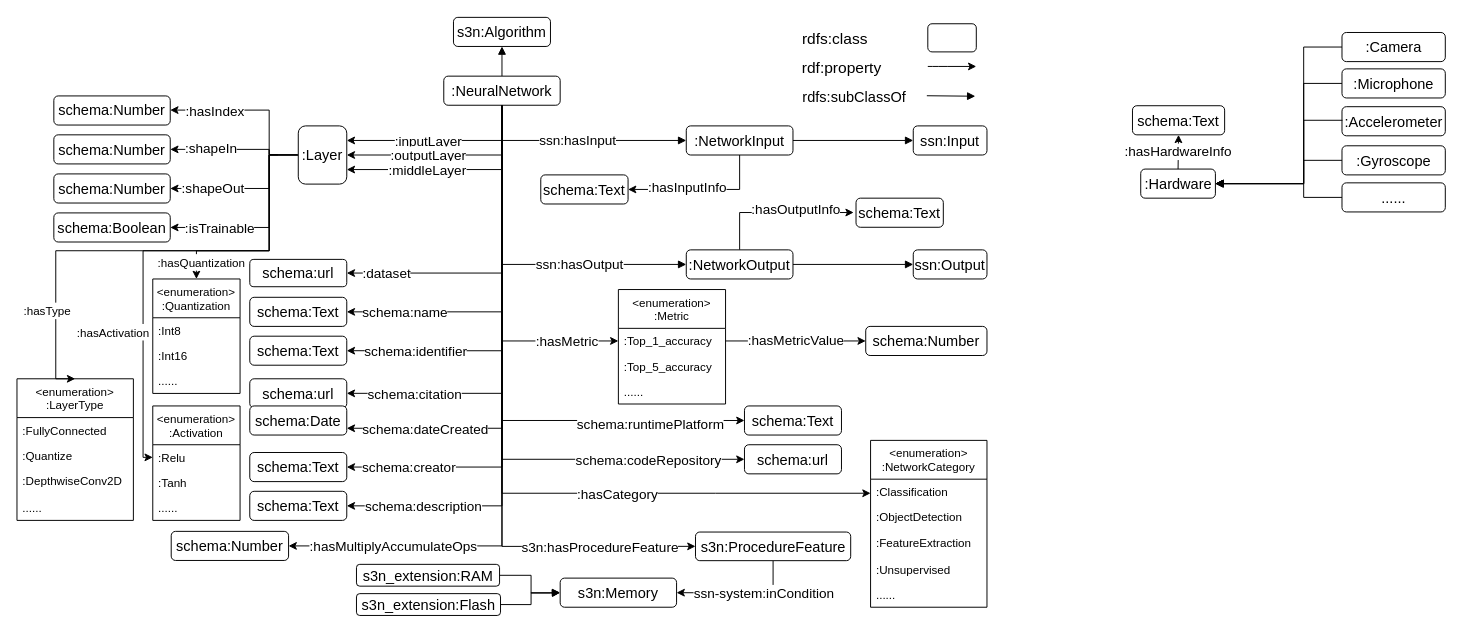
This is NN_tinyML.drawio from Haoyu-R/appendix, a draw.io file, before an edit. Source tidied: cells renumbered, new cells numbered last; positions are measured from the earlier drawing's top-left corner, leaving out a move shared by most shapes. Both pictures are drawn from the tidied source at 97%, with x=0, y=0 at pixel (16, 16).
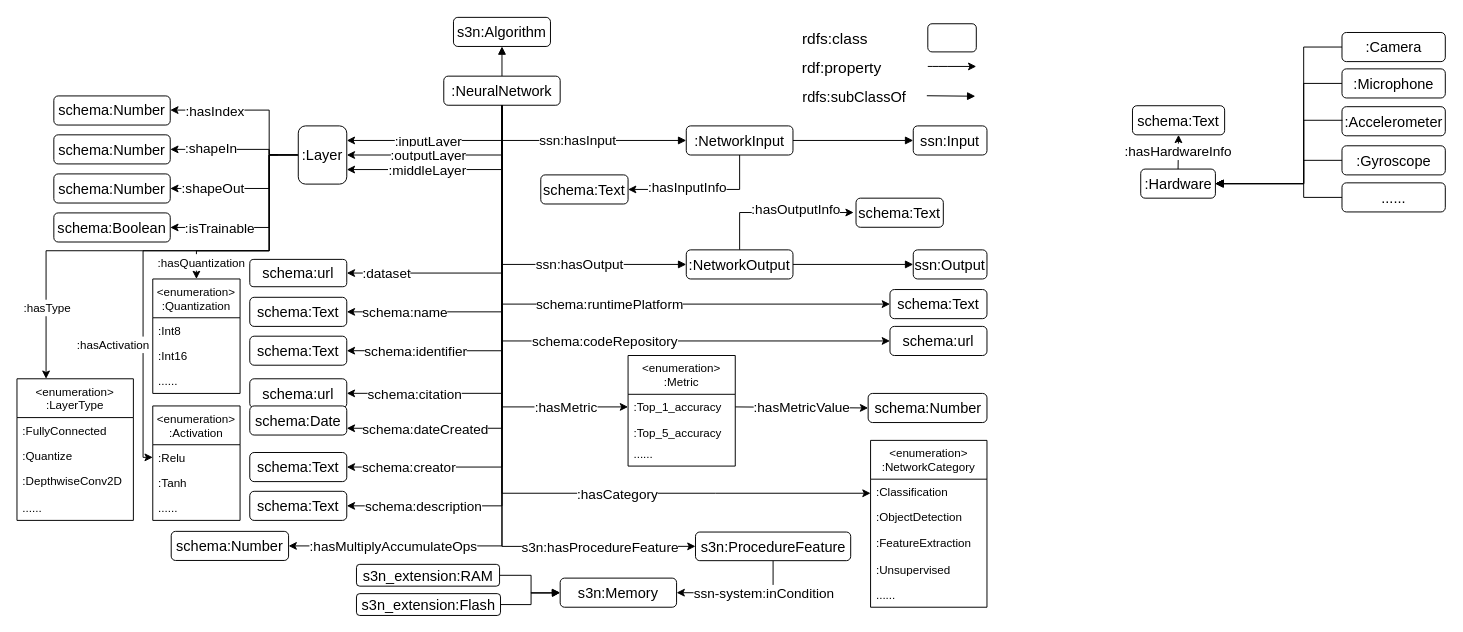
The same page after the edit.

Unchanged cells that the change refers to:
```xml
<mxCell id="12" style="edgeStyle=orthogonalEdgeStyle;rounded=0;jettySize=auto;html=1;exitX=0.5;exitY=1;exitDx=0;exitDy=0;entryX=0;entryY=0.5;entryDx=0;entryDy=0;" parent="1" edge="1" source="14" target="115">
  <mxGeometry relative="1" as="geometry" />
</mxCell>
<mxCell id="14" value=":NeuralNetwork" style="rounded=1;whiteSpace=wrap;html=1;fontSize=15;" parent="1" vertex="1">
  <mxGeometry x="440" y="61" width="120" height="30" as="geometry" />
</mxCell>
<mxCell id="18" style="edgeStyle=orthogonalEdgeStyle;rounded=0;jettySize=auto;html=1;exitX=0;exitY=0.5;exitDx=0;exitDy=0;entryX=0;entryY=0.5;entryDx=0;entryDy=0;fontSize=14;" parent="1" edge="1" source="20" target="93">
  <mxGeometry relative="1" as="geometry">
    <Array as="points">
      <mxPoint x="260" y="142" />
      <mxPoint x="260" y="241" />
      <mxPoint x="130" y="241" />
      <mxPoint x="130" y="454" />
    </Array>
  </mxGeometry>
</mxCell>
<mxCell id="20" value=":Layer" style="rounded=1;whiteSpace=wrap;html=1;fontSize=15;" parent="1" vertex="1">
  <mxGeometry x="290" y="112.3" width="50" height="60" as="geometry" />
</mxCell>
<mxCell id="100" value="&lt;enumeration&gt;&#10;:LayerType" style="swimlane;fontStyle=0;horizontal=1;startSize=40;fillColor=none;" parent="1" vertex="1">
  <mxGeometry y="373" width="120" height="146" as="geometry" />
</mxCell>
<mxCell id="106" value=":Top_1_accuracy" style="text;strokeColor=none;fillColor=none;align=left;verticalAlign=top;spacingLeft=4;spacingRight=4;overflow=hidden;points=[[0,0.5],[1,0.5]];portConstraint=eastwest;" parent="105" vertex="1">
  <mxGeometry y="40" width="110.5" height="26" as="geometry" />
</mxCell>
```

What changed in the source:
```diff
@@
     <mxCell id="13" value="&lt;font style=&quot;font-size: 14px&quot;&gt;schema:runtimePlatform&lt;/font&gt;" style="edgeLabel;html=1;align=center;verticalAlign=middle;" parent="12" vertex="1">
       <mxGeometry x="0.66" y="-2" relative="1" as="geometry">
-        <mxPoint y="1" as="offset" />
+        <mxPoint x="-187" y="-2" as="offset" />
       </mxGeometry>
     </mxCell>
@@
-    <mxCell id="16" style="edgeStyle=orthogonalEdgeStyle;rounded=0;jettySize=auto;html=1;exitX=0;exitY=0.5;exitDx=0;exitDy=0;entryX=0.5;entryY=0;entryDx=0;entryDy=0;fontSize=14;" parent="1" edge="1" source="20" target="100">
+    <mxCell id="16" style="edgeStyle=orthogonalEdgeStyle;rounded=0;jettySize=auto;html=1;exitX=0;exitY=0.5;exitDx=0;exitDy=0;fontSize=14;entryX=0.25;entryY=0;entryDx=0;entryDy=0;" parent="1" edge="1" source="20" target="100">
       <mxGeometry relative="1" as="geometry">
         <Array as="points">
           <mxPoint x="260" y="142" />
           <mxPoint x="260" y="241" />
-          <mxPoint x="40" y="241" />
-          <mxPoint x="40" y="373" />
+          <mxPoint x="30" y="241" />
         </Array>
       </mxGeometry>
     </mxCell>
     <mxCell id="17" value="&lt;font style=&quot;font-size: 12px&quot;&gt;:hasType&lt;/font&gt;" style="edgeLabel;html=1;align=center;verticalAlign=middle;fontSize=14;" parent="16" vertex="1">
       <mxGeometry x="0.62" y="-1" relative="1" as="geometry">
-        <mxPoint x="-9" y="4" as="offset" />
+        <mxPoint x="1" y="20" as="offset" />
       </mxGeometry>
     </mxCell>
@@
     <mxCell id="19" value="&lt;font style=&quot;font-size: 12px&quot;&gt;:hasActivation&lt;/font&gt;" style="edgeLabel;html=1;align=center;verticalAlign=middle;fontSize=14;" parent="18" vertex="1">
       <mxGeometry x="0.35" y="-2" relative="1" as="geometry">
-        <mxPoint x="-30" y="17" as="offset" />
+        <mxPoint x="-30" y="30" as="offset" />
       </mxGeometry>
     </mxCell>
@@
     <mxCell id="62" value="&lt;font style=&quot;font-size: 14px&quot;&gt;:hasMetric&lt;/font&gt;" style="edgeStyle=orthogonalEdgeStyle;rounded=0;jettySize=auto;html=1;exitX=0.5;exitY=1;exitDx=0;exitDy=0;entryX=0;entryY=0.5;entryDx=0;entryDy=0;fontSize=15;" parent="1" edge="1" source="14" target="106">
       <mxGeometry x="0.71" relative="1" as="geometry">
         <Array as="points">
-          <mxPoint x="500" y="334" />
+          <mxPoint x="500" y="402" />
         </Array>
       </mxGeometry>
     </mxCell>
-    <mxCell id="63" value="&lt;font style=&quot;font-size: 14px&quot;&gt;:hasMetricValue&lt;/font&gt;" style="endArrow=classic;html=1;rounded=0;entryX=0;entryY=0.5;entryDx=0;entryDy=0;exitX=1;exitY=0.5;exitDx=0;exitDy=0;" parent="1" edge="1" source="106" target="64">
+    <mxCell id="63" value="&lt;font style=&quot;font-size: 14px&quot;&gt;:hasMetricValue&lt;/font&gt;" style="endArrow=classic;html=1;rounded=0;entryX=0;entryY=0.5;entryDx=0;entryDy=0;exitX=1;exitY=0.5;exitDx=0;exitDy=0;startArrow=none;" parent="1" edge="1" source="106" target="64">
       <mxGeometry relative="1" as="geometry" />
     </mxCell>
     <mxCell id="64" value="schema:Number" style="rounded=1;whiteSpace=wrap;html=1;fontSize=15;" parent="1" vertex="1">
-      <mxGeometry x="875" y="319" width="125" height="30" as="geometry" />
+      <mxGeometry x="877.5" y="388.1" width="122.5" height="30" as="geometry" />
     </mxCell>
@@
     <mxCell id="67" value="&lt;font style=&quot;font-size: 14px&quot;&gt;schema:codeRepository&lt;/font&gt;" style="edgeStyle=orthogonalEdgeStyle;rounded=0;jettySize=auto;html=1;exitX=0.5;exitY=1;exitDx=0;exitDy=0;entryX=0;entryY=0.5;entryDx=0;entryDy=0;fontSize=15;" parent="1" edge="1" target="68">
-      <mxGeometry x="0.65" relative="1" as="geometry">
+      <mxGeometry x="0.01" relative="1" as="geometry">
         <mxPoint x="500" y="141" as="sourcePoint" />
         <Array as="points">
-          <mxPoint x="500" y="456" />
+          <mxPoint x="500" y="334" />
         </Array>
       </mxGeometry>
     </mxCell>
-    <mxCell id="68" value="schema:url" style="rounded=1;whiteSpace=wrap;html=1;fontSize=15;" parent="1" vertex="1">
-      <mxGeometry x="750" y="441" width="100" height="30" as="geometry" />
-    </mxCell>
@@
     <mxCell id="105" value="&lt;enumeration&gt;&#10;:Metric" style="swimlane;fontStyle=0;horizontal=1;startSize=40;fillColor=none;" parent="1" vertex="1">
-      <mxGeometry x="620" y="281" width="110.5" height="118" as="geometry" />
+      <mxGeometry x="630" y="349" width="110.5" height="114" as="geometry" />
     </mxCell>
@@
     <mxCell id="107" value=":Top_5_accuracy" style="text;strokeColor=none;fillColor=none;align=left;verticalAlign=top;spacingLeft=4;spacingRight=4;overflow=hidden;" parent="105" vertex="1">
-      <mxGeometry y="66" width="110.5" height="26" as="geometry" />
+      <mxGeometry y="66" width="110.5" height="22" as="geometry" />
     </mxCell>
     <mxCell id="108" value="......" style="text;strokeColor=none;fillColor=none;align=left;verticalAlign=top;spacingLeft=4;spacingRight=4;overflow=hidden;" parent="105" vertex="1">
-      <mxGeometry y="92" width="110.5" height="26" as="geometry" />
+      <mxGeometry y="88" width="110.5" height="26" as="geometry" />
     </mxCell>
@@
     <mxCell id="115" value="schema:Text" style="rounded=1;whiteSpace=wrap;html=1;fontSize=15;" parent="1" vertex="1">
-      <mxGeometry x="750" y="401" width="100" height="30" as="geometry" />
+      <mxGeometry x="900" y="281" width="100" height="30" as="geometry" />
     </mxCell>
@@
+    <mxCell id="68" value="schema:url" style="rounded=1;whiteSpace=wrap;html=1;fontSize=15;" parent="1" vertex="1">
+      <mxGeometry x="900" y="319" width="100" height="30" as="geometry" />
+    </mxCell>
```
